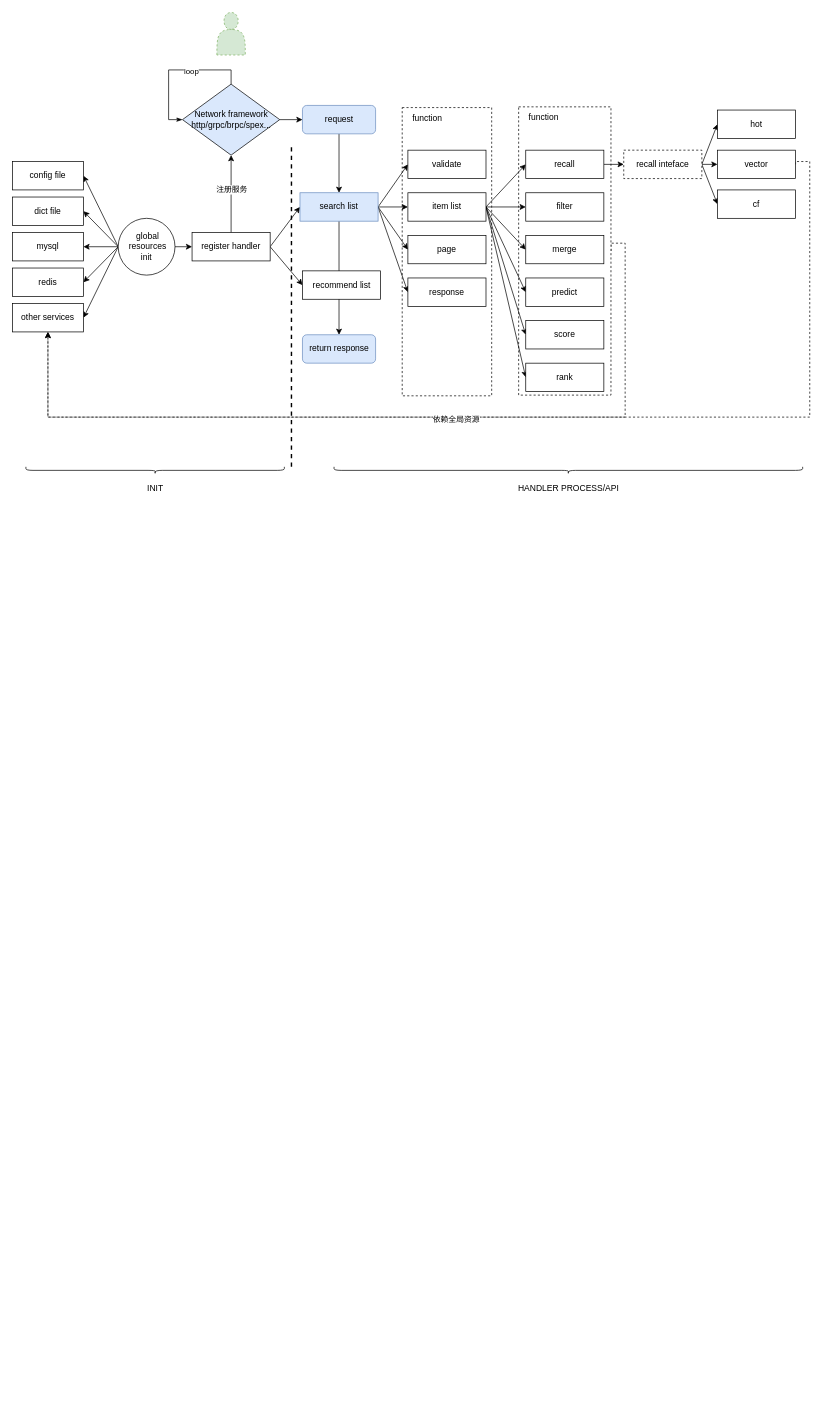
hpsdy/diagram keeps this draw.io diagram as tutu/纯业务.drawio. Above is the earlier version. Source tidied: cells renumbered, new cells numbered last; positions are measured from the earlier drawing's top-left corner, leaving out a move shared by most shapes. Both pictures are drawn from the tidied source at 71%, with x=0, y=0 at pixel (12, 12).
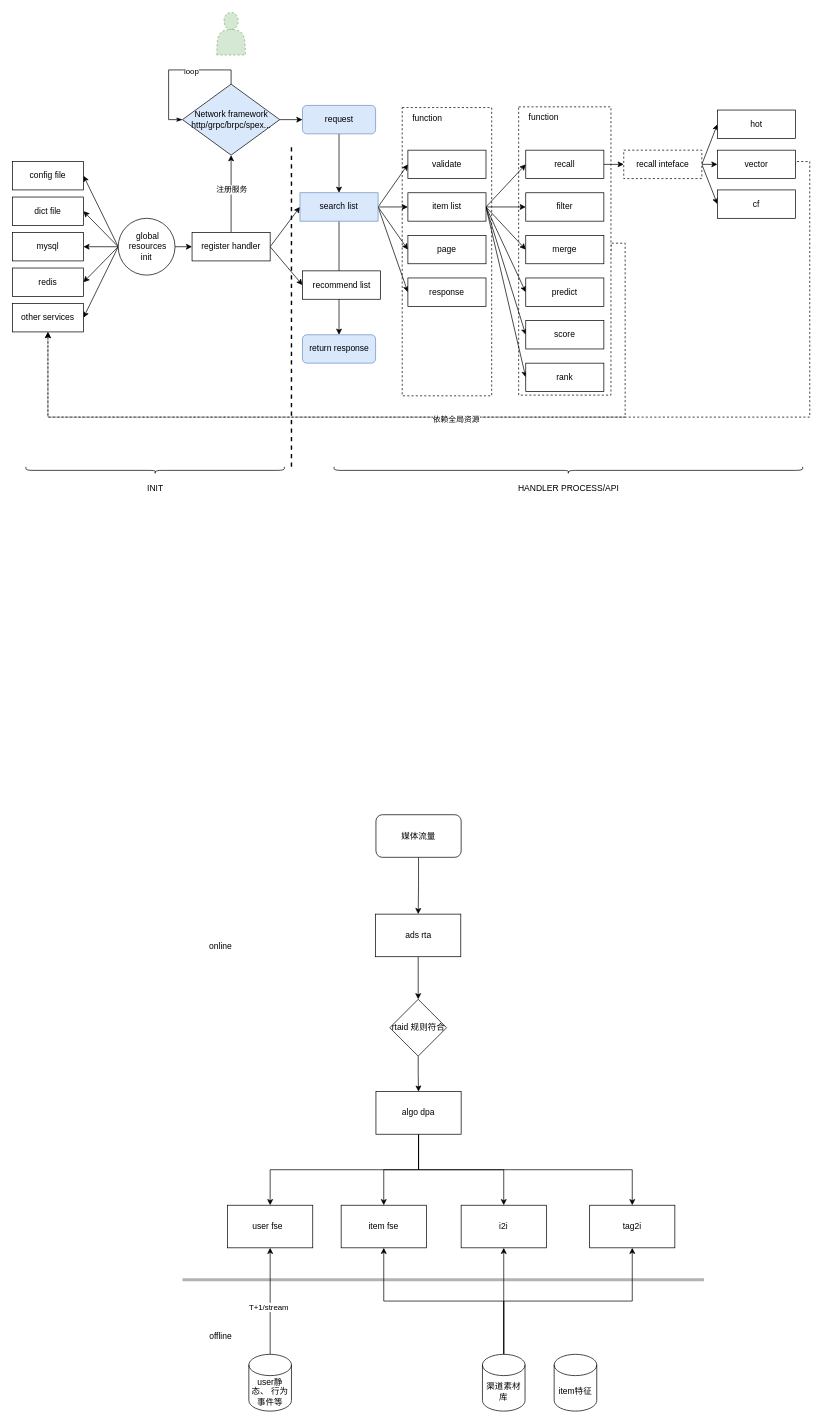
The same page after the edit.

Commit message:
更新纯业务.drawio

Diff of the diagram source:
```diff
@@
+    <mxCell id="70" style="edgeStyle=orthogonalEdgeStyle;rounded=0;jettySize=auto;html=1;" parent="1" edge="1" source="71" target="80">
+      <mxGeometry relative="1" as="geometry" />
+    </mxCell>
+    <mxCell id="71" value="rtaid 规则符合" style="rhombus;whiteSpace=wrap;html=1;" parent="1" vertex="1">
+      <mxGeometry x="531.5" y="1390" width="80" height="80" as="geometry" />
+    </mxCell>
+    <mxCell id="72" style="edgeStyle=orthogonalEdgeStyle;rounded=0;jettySize=auto;html=1;exitX=0.5;exitY=1;exitDx=0;exitDy=0;entryX=0.5;entryY=0;entryDx=0;entryDy=0;" parent="1" edge="1" source="73" target="75">
+      <mxGeometry relative="1" as="geometry" />
+    </mxCell>
+    <mxCell id="73" value="媒体流量" style="rounded=1;whiteSpace=wrap;html=1;" parent="1" vertex="1">
+      <mxGeometry x="512" y="1130" width="120" height="60" as="geometry" />
+    </mxCell>
+    <mxCell id="74" style="edgeStyle=orthogonalEdgeStyle;rounded=0;jettySize=auto;html=1;exitX=0.5;exitY=1;exitDx=0;exitDy=0;entryX=0.5;entryY=0;entryDx=0;entryDy=0;" parent="1" edge="1" source="75" target="71">
+      <mxGeometry relative="1" as="geometry" />
+    </mxCell>
+    <mxCell id="75" value="ads rta" style="rounded=0;whiteSpace=wrap;html=1;" parent="1" vertex="1">
+      <mxGeometry x="511.5" y="1270" width="120" height="60" as="geometry" />
+    </mxCell>
+    <mxCell id="76" style="edgeStyle=orthogonalEdgeStyle;rounded=0;jettySize=auto;html=1;exitX=0.5;exitY=1;exitDx=0;exitDy=0;entryX=0.5;entryY=0;entryDx=0;entryDy=0;" parent="1" edge="1" source="80" target="81">
+      <mxGeometry relative="1" as="geometry" />
+    </mxCell>
+    <mxCell id="77" style="edgeStyle=orthogonalEdgeStyle;rounded=0;jettySize=auto;html=1;exitX=0.5;exitY=1;exitDx=0;exitDy=0;" parent="1" edge="1" source="80" target="82">
+      <mxGeometry relative="1" as="geometry" />
+    </mxCell>
+    <mxCell id="78" style="edgeStyle=orthogonalEdgeStyle;rounded=0;jettySize=auto;html=1;exitX=0.5;exitY=1;exitDx=0;exitDy=0;" parent="1" edge="1" source="80" target="83">
+      <mxGeometry relative="1" as="geometry" />
+    </mxCell>
+    <mxCell id="79" style="edgeStyle=orthogonalEdgeStyle;rounded=0;jettySize=auto;html=1;exitX=0.5;exitY=1;exitDx=0;exitDy=0;entryX=0.5;entryY=0;entryDx=0;entryDy=0;" parent="1" edge="1" source="80" target="84">
+      <mxGeometry relative="1" as="geometry" />
+    </mxCell>
+    <mxCell id="80" value="algo dpa" style="rounded=0;whiteSpace=wrap;html=1;" parent="1" vertex="1">
+      <mxGeometry x="512" y="1520" width="120" height="60" as="geometry" />
+    </mxCell>
+    <mxCell id="81" value="user fse&amp;nbsp;&amp;nbsp;" style="rounded=0;whiteSpace=wrap;html=1;" parent="1" vertex="1">
+      <mxGeometry x="303" y="1680" width="120" height="60" as="geometry" />
+    </mxCell>
+    <mxCell id="82" value="item fse" style="rounded=0;whiteSpace=wrap;html=1;" parent="1" vertex="1">
+      <mxGeometry x="463" y="1680" width="120" height="60" as="geometry" />
+    </mxCell>
+    <mxCell id="83" value="i2i" style="rounded=0;whiteSpace=wrap;html=1;" parent="1" vertex="1">
+      <mxGeometry x="632" y="1680" width="120" height="60" as="geometry" />
+    </mxCell>
+    <mxCell id="84" value="tag2i" style="rounded=0;whiteSpace=wrap;html=1;" parent="1" vertex="1">
+      <mxGeometry x="813" y="1680" width="120" height="60" as="geometry" />
+    </mxCell>
+    <mxCell id="85" style="edgeStyle=orthogonalEdgeStyle;rounded=0;jettySize=auto;html=1;exitX=0.5;exitY=0;exitDx=0;exitDy=0;exitPerimeter=0;entryX=0.5;entryY=1;entryDx=0;entryDy=0;" parent="1" edge="1" source="87" target="81">
+      <mxGeometry relative="1" as="geometry" />
+    </mxCell>
+    <mxCell id="86" value="T+1/stream" style="edgeLabel;html=1;align=center;verticalAlign=middle;" parent="85" vertex="1">
+      <mxGeometry x="-0.11" y="3" relative="1" as="geometry" />
+    </mxCell>
+    <mxCell id="87" value="user静态、 行为事件等" style="shape=cylinder3;whiteSpace=wrap;html=1;boundedLbl=1;backgroundOutline=1;size=15;" parent="1" vertex="1">
+      <mxGeometry x="333" y="1890" width="60" height="80" as="geometry" />
+    </mxCell>
+    <mxCell id="88" style="edgeStyle=orthogonalEdgeStyle;rounded=0;jettySize=auto;html=1;exitX=0.5;exitY=0;exitDx=0;exitDy=0;exitPerimeter=0;entryX=0.5;entryY=1;entryDx=0;entryDy=0;" parent="1" edge="1" source="91" target="82">
+      <mxGeometry relative="1" as="geometry" />
+    </mxCell>
+    <mxCell id="89" style="edgeStyle=orthogonalEdgeStyle;rounded=0;jettySize=auto;html=1;exitX=0.5;exitY=0;exitDx=0;exitDy=0;exitPerimeter=0;entryX=0.5;entryY=1;entryDx=0;entryDy=0;" parent="1" edge="1" source="91" target="83">
+      <mxGeometry relative="1" as="geometry" />
+    </mxCell>
+    <mxCell id="90" style="edgeStyle=orthogonalEdgeStyle;rounded=0;jettySize=auto;html=1;exitX=0.5;exitY=0;exitDx=0;exitDy=0;exitPerimeter=0;entryX=0.5;entryY=1;entryDx=0;entryDy=0;" parent="1" edge="1" source="91" target="84">
+      <mxGeometry relative="1" as="geometry" />
+    </mxCell>
+    <mxCell id="91" value="渠道素材库" style="shape=cylinder3;whiteSpace=wrap;html=1;boundedLbl=1;backgroundOutline=1;size=15;" parent="1" vertex="1">
+      <mxGeometry x="662" y="1890" width="60" height="80" as="geometry" />
+    </mxCell>
+    <mxCell id="92" style="line;strokeWidth=4;html=1;perimeter=backbonePerimeter;opacity=30;" parent="1" vertex="1">
+      <mxGeometry x="239.5" y="1780" width="734.5" height="10" as="geometry" />
+    </mxCell>
+    <mxCell id="93" value="item特征" style="shape=cylinder3;whiteSpace=wrap;html=1;boundedLbl=1;backgroundOutline=1;size=15;" parent="1" vertex="1">
+      <mxGeometry x="763" y="1890" width="60" height="80" as="geometry" />
+    </mxCell>
+    <mxCell id="94" value="online" style="text;html=1;align=center;verticalAlign=middle;strokeColor=none;fillColor=none;" parent="1" vertex="1">
+      <mxGeometry x="263" y="1300" width="60" height="30" as="geometry" />
+    </mxCell>
+    <mxCell id="95" value="offline" style="text;html=1;align=center;verticalAlign=middle;strokeColor=none;fillColor=none;" parent="1" vertex="1">
+      <mxGeometry x="263" y="1850" width="60" height="30" as="geometry" />
+    </mxCell>
```
